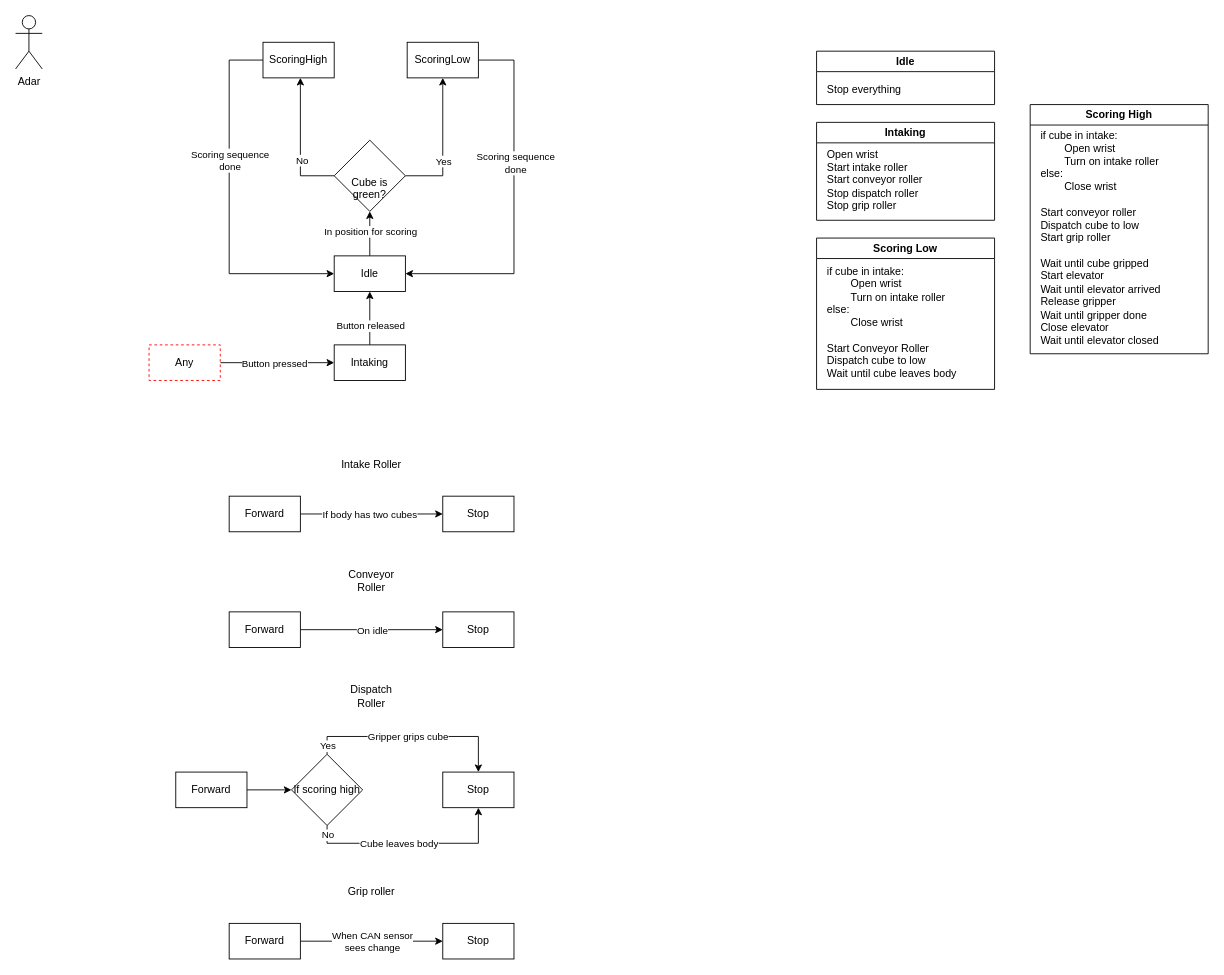
This is files/RobotState.drawio from Galaxia5987/offseason-2026-charged-up, a draw.io file, before an edit. Source tidied: cells renumbered, new cells numbered last; positions are measured from the earlier drawing's top-left corner, leaving out a move shared by most shapes. Both pictures are drawn from the tidied source at 89%, with x=0, y=0 at pixel (15, 15).
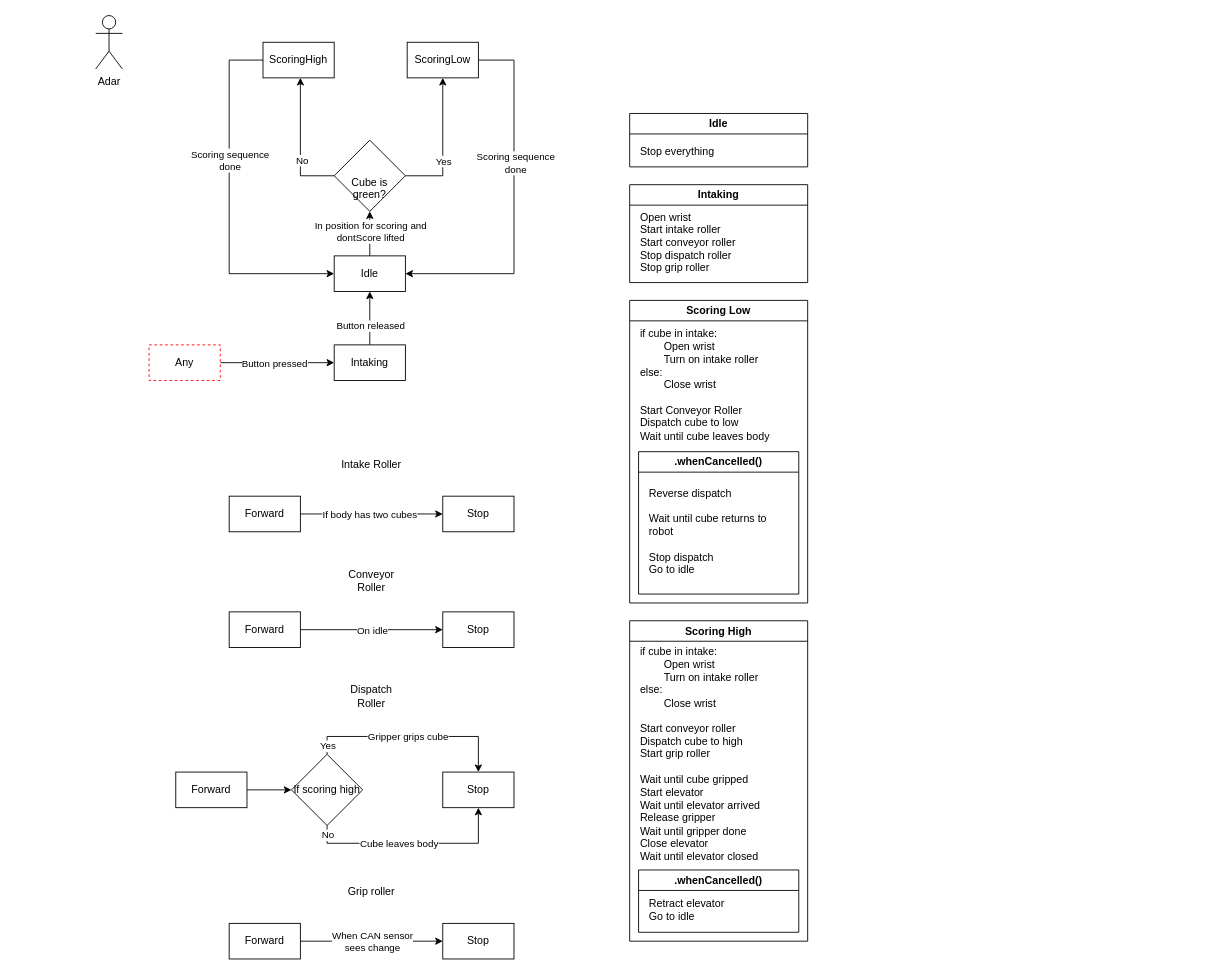
The same page after the edit.

The change refers to these unchanged cells:
```xml
<mxCell id="2" style="edgeStyle=orthogonalEdgeStyle;rounded=0;jettySize=auto;html=1;" parent="1" edge="1" source="4" target="19">
  <mxGeometry relative="1" as="geometry" />
</mxCell>
```

What changed in the source:
```diff
@@
-    <mxCell id="3" value="In position for scoring" style="edgeLabel;html=1;align=center;verticalAlign=middle;" parent="2" vertex="1">
+    <mxCell id="3" value="In position for scoring and&lt;div&gt;dontScore lifted&lt;/div&gt;" style="edgeLabel;html=1;align=center;verticalAlign=middle;" parent="2" vertex="1">
       <mxGeometry x="0.1" relative="1" as="geometry" />
     </mxCell>
@@
     <mxCell id="14" value="Adar" style="shape=umlActor;verticalLabelPosition=bottom;verticalAlign=top;html=1;" parent="1" vertex="1">
-      <mxGeometry width="30" height="60" as="geometry" />
+      <mxGeometry x="90" width="30" height="60" as="geometry" />
     </mxCell>
@@
     <mxCell id="42" value="Intaking" style="swimlane;whiteSpace=wrap;html=1;" parent="1" vertex="1">
-      <mxGeometry x="900" y="120" width="200" height="110" as="geometry" />
+      <mxGeometry x="690" y="190" width="200" height="110" as="geometry" />
     </mxCell>
@@
     <mxCell id="44" value="Scoring Low" style="swimlane;whiteSpace=wrap;html=1;" parent="1" vertex="1">
-      <mxGeometry x="900" y="250" width="200" height="170" as="geometry" />
+      <mxGeometry x="690" y="320" width="200" height="340" as="geometry" />
     </mxCell>
@@
+    <mxCell id="57" value=".whenCancelled()" style="swimlane;whiteSpace=wrap;html=1;" parent="44" vertex="1">
+      <mxGeometry x="10" y="170" width="180" height="160" as="geometry" />
+    </mxCell>
+    <mxCell id="58" value="&lt;div&gt;&lt;span style=&quot;background-color: transparent; color: light-dark(rgb(0, 0, 0), rgb(255, 255, 255));&quot;&gt;Reverse dispatch&lt;/span&gt;&lt;/div&gt;&lt;div&gt;&lt;br&gt;&lt;div&gt;Wait until cube returns to robot&lt;/div&gt;&lt;div&gt;&lt;br&gt;&lt;/div&gt;&lt;div&gt;Stop dispatch&lt;/div&gt;&lt;/div&gt;&lt;div&gt;Go to idle&lt;/div&gt;" style="text;html=1;whiteSpace=wrap;strokeColor=none;fillColor=none;align=left;verticalAlign=middle;rounded=0;" parent="57" vertex="1">
+      <mxGeometry x="10" y="30" width="160" height="120" as="geometry" />
+    </mxCell>
@@
     <mxCell id="53" value="Scoring High" style="swimlane;whiteSpace=wrap;html=1;" parent="1" vertex="1">
-      <mxGeometry x="1140" y="100" width="200" height="280" as="geometry" />
+      <mxGeometry x="690" y="680" width="200" height="360" as="geometry" />
     </mxCell>
-    <mxCell id="54" value="if cube in intake:&lt;div&gt;&lt;span style=&quot;white-space: pre;&quot;&gt;&#9;&lt;/span&gt;Open wrist&lt;br&gt;&lt;/div&gt;&lt;div&gt;&lt;span style=&quot;white-space: pre;&quot;&gt;&#9;&lt;/span&gt;Turn on intake roller&lt;br&gt;&lt;/div&gt;&lt;div&gt;else:&lt;/div&gt;&lt;div&gt;&lt;span style=&quot;white-space: pre;&quot;&gt;&#9;&lt;/span&gt;Close wrist&lt;br&gt;&lt;/div&gt;&lt;div&gt;&lt;br&gt;&lt;/div&gt;&lt;div&gt;Start conveyor roller&lt;/div&gt;&lt;div&gt;Dispatch cube to low&lt;/div&gt;&lt;div&gt;Start grip roller&lt;/div&gt;&lt;div&gt;&lt;br&gt;&lt;/div&gt;&lt;div&gt;Wait until cube gripped&lt;/div&gt;&lt;div&gt;Start elevator&lt;/div&gt;&lt;div&gt;Wait until elevator arrived&lt;/div&gt;&lt;div&gt;Release gripper&lt;/div&gt;&lt;div&gt;Wait until gripper done&lt;/div&gt;&lt;div&gt;Close elevator&lt;/div&gt;&lt;div&gt;Wait until elevator closed&lt;/div&gt;" style="text;html=1;whiteSpace=wrap;strokeColor=none;fillColor=none;align=left;verticalAlign=middle;rounded=0;" parent="53" vertex="1">
+    <mxCell id="54" value="if cube in intake:&lt;div&gt;&lt;span style=&quot;white-space: pre;&quot;&gt;&#9;&lt;/span&gt;Open wrist&lt;br&gt;&lt;/div&gt;&lt;div&gt;&lt;span style=&quot;white-space: pre;&quot;&gt;&#9;&lt;/span&gt;Turn on intake roller&lt;br&gt;&lt;/div&gt;&lt;div&gt;else:&lt;/div&gt;&lt;div&gt;&lt;span style=&quot;white-space: pre;&quot;&gt;&#9;&lt;/span&gt;Close wrist&lt;br&gt;&lt;/div&gt;&lt;div&gt;&lt;br&gt;&lt;/div&gt;&lt;div&gt;Start conveyor roller&lt;/div&gt;&lt;div&gt;Dispatch cube to high&lt;/div&gt;&lt;div&gt;Start grip roller&lt;/div&gt;&lt;div&gt;&lt;br&gt;&lt;/div&gt;&lt;div&gt;Wait until cube gripped&lt;/div&gt;&lt;div&gt;Start elevator&lt;/div&gt;&lt;div&gt;Wait until elevator arrived&lt;/div&gt;&lt;div&gt;Release gripper&lt;/div&gt;&lt;div&gt;Wait until gripper done&lt;/div&gt;&lt;div&gt;Close elevator&lt;/div&gt;&lt;div&gt;Wait until elevator closed&lt;/div&gt;" style="text;html=1;whiteSpace=wrap;strokeColor=none;fillColor=none;align=left;verticalAlign=middle;rounded=0;" parent="53" vertex="1">
       <mxGeometry x="10" y="30" width="180" height="240" as="geometry" />
     </mxCell>
+    <mxCell id="59" value=".whenCancelled()" style="swimlane;whiteSpace=wrap;html=1;" parent="53" vertex="1">
+      <mxGeometry x="10" y="280" width="180" height="70" as="geometry" />
+    </mxCell>
+    <mxCell id="60" value="Retract elevator&lt;br&gt;Go to idle" style="text;html=1;whiteSpace=wrap;strokeColor=none;fillColor=none;align=left;verticalAlign=middle;rounded=0;" parent="59" vertex="1">
+      <mxGeometry x="10" y="30" width="160" height="30" as="geometry" />
+    </mxCell>
     <mxCell id="55" value="Idle" style="swimlane;whiteSpace=wrap;html=1;" parent="1" vertex="1">
-      <mxGeometry x="900" y="40" width="200" height="60" as="geometry" />
+      <mxGeometry x="690" y="110" width="200" height="60" as="geometry" />
     </mxCell>
```
